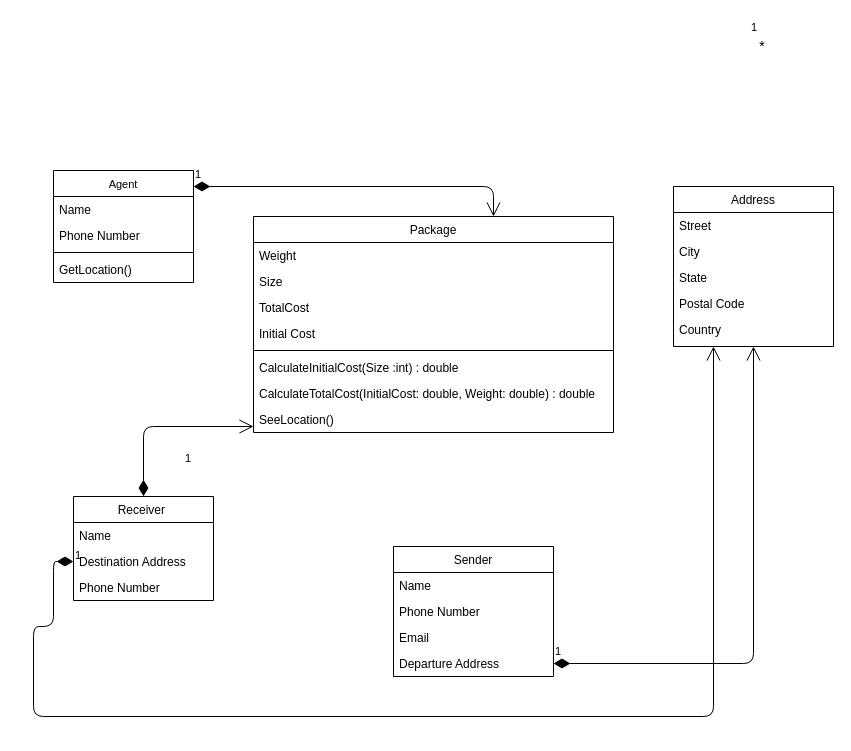
This is Untitled Diagram.drawio from prhvmm/Post-office, a draw.io file, before an edit. Source tidied: cells renumbered, new cells numbered last; positions are measured from the earlier drawing's top-left corner, leaving out a move shared by most shapes. Both pictures are drawn from the tidied source at 100%, with x=0, y=0 at pixel (33, 17).
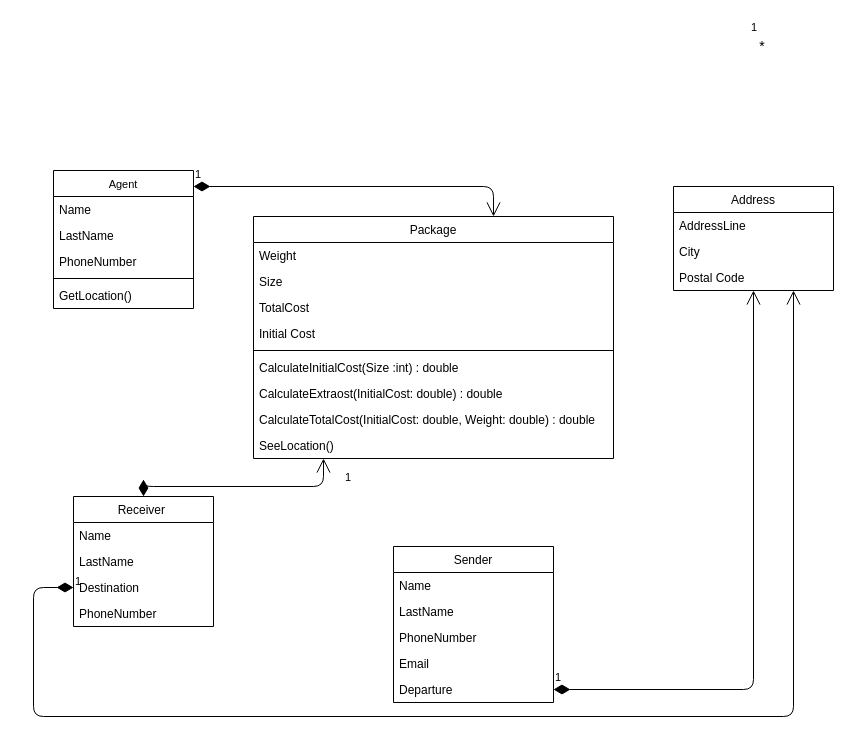
Above is the later version.

The edit, as a diff of the source:
```diff
@@
     <mxCell id="2" value="1" style="endArrow=open;html=1;endSize=12;startArrow=diamondThin;startSize=14;startFill=1;edgeStyle=orthogonalEdgeStyle;align=left;verticalAlign=bottom;" parent="1" edge="1" source="22" target="3">
-      <mxGeometry x="-0.68" y="-40" relative="1" as="geometry">
+      <mxGeometry x="0.74" y="-20" relative="1" as="geometry">
         <Array as="points">
-          <mxPoint x="110" y="409" />
-          <mxPoint x="290" y="409" />
+          <mxPoint x="110" y="469" />
+          <mxPoint x="290" y="469" />
         </Array>
       </mxGeometry>
     </mxCell>
     <mxCell id="3" value="Package" style="swimlane;fontStyle=0;horizontal=1;startSize=26;fillColor=none;" parent="1" vertex="1">
-      <mxGeometry x="220" y="199" width="360" height="216" as="geometry" />
+      <mxGeometry x="220" y="199" width="360" height="242" as="geometry" />
     </mxCell>
@@
+    <mxCell id="37" value="CalculateExtraost(InitialCost: double) : double" style="text;strokeColor=none;fillColor=none;align=left;verticalAlign=top;spacingLeft=4;spacingRight=4;overflow=hidden;fontSize=12;" parent="3" vertex="1">
+      <mxGeometry y="164" width="360" height="26" as="geometry" />
+    </mxCell>
     <mxCell id="10" value="CalculateTotalCost(InitialCost: double, Weight: double) : double" style="text;strokeColor=none;fillColor=none;align=left;verticalAlign=top;spacingLeft=4;spacingRight=4;overflow=hidden;fontSize=12;" parent="3" vertex="1">
-      <mxGeometry y="164" width="360" height="26" as="geometry" />
+      <mxGeometry y="190" width="360" height="26" as="geometry" />
     </mxCell>
     <mxCell id="11" value="SeeLocation()" style="text;strokeColor=none;fillColor=none;align=left;verticalAlign=top;spacingLeft=4;spacingRight=4;overflow=hidden;fontSize=12;" parent="3" vertex="1">
-      <mxGeometry y="190" width="360" height="26" as="geometry" />
+      <mxGeometry y="216" width="360" height="26" as="geometry" />
     </mxCell>
@@
     <mxCell id="14" value="1" style="endArrow=open;html=1;endSize=12;startArrow=diamondThin;startSize=14;startFill=1;edgeStyle=orthogonalEdgeStyle;align=left;verticalAlign=bottom;" parent="1" edge="1" source="24" target="31">
       <mxGeometry x="-1" y="3" relative="1" as="geometry">
         <Array as="points">
-          <mxPoint x="20" y="544" />
-          <mxPoint x="20" y="609" />
-          <mxPoint y="609" />
+          <mxPoint y="570" />
           <mxPoint y="699" />
-          <mxPoint x="680" y="699" />
+          <mxPoint x="760" y="699" />
         </Array>
       </mxGeometry>
     </mxCell>
@@
     <mxCell id="16" value="Agent" style="swimlane;fontStyle=0;horizontal=1;startSize=26;fillColor=none;strokeWidth=1;fontSize=11;" parent="1" vertex="1">
-      <mxGeometry x="20" y="153" width="140" height="112" as="geometry" />
+      <mxGeometry x="20" y="153" width="140" height="138" as="geometry" />
     </mxCell>
@@
+    <mxCell id="38" value="LastName" style="text;strokeColor=none;fillColor=none;align=left;verticalAlign=top;spacingLeft=4;spacingRight=4;overflow=hidden;" parent="16" vertex="1">
+      <mxGeometry y="52" width="140" height="26" as="geometry" />
+    </mxCell>
-    <mxCell id="18" value="Phone Number" style="text;strokeColor=none;fillColor=none;align=left;verticalAlign=top;spacingLeft=4;spacingRight=4;overflow=hidden;" parent="16" vertex="1">
-      <mxGeometry y="52" width="140" height="26" as="geometry" />
+    <mxCell id="18" value="PhoneNumber" style="text;strokeColor=none;fillColor=none;align=left;verticalAlign=top;spacingLeft=4;spacingRight=4;overflow=hidden;" parent="16" vertex="1">
+      <mxGeometry y="78" width="140" height="26" as="geometry" />
     </mxCell>
     <mxCell id="19" style="line;strokeWidth=1;fillColor=none;align=left;verticalAlign=middle;spacingTop=-1;spacingLeft=3;spacingRight=3;labelPosition=right;fontSize=12;" parent="16" vertex="1">
-      <mxGeometry y="78" width="140" height="8" as="geometry" />
+      <mxGeometry y="104" width="140" height="8" as="geometry" />
     </mxCell>
     <mxCell id="20" value="GetLocation()" style="text;strokeColor=none;fillColor=none;align=left;verticalAlign=top;spacingLeft=4;spacingRight=4;overflow=hidden;fontSize=12;" parent="16" vertex="1">
-      <mxGeometry y="86" width="140" height="26" as="geometry" />
+      <mxGeometry y="112" width="140" height="26" as="geometry" />
     </mxCell>
     <mxCell id="21" value="1" style="endArrow=open;html=1;endSize=12;startArrow=diamondThin;startSize=14;startFill=1;edgeStyle=orthogonalEdgeStyle;align=left;verticalAlign=bottom;fontSize=11;" parent="1" edge="1" source="16" target="3">
       <mxGeometry x="-1" y="3" relative="1" as="geometry">
         <Array as="points">
           <mxPoint x="460" y="169" />
-          <mxPoint x="460" y="251" />
         </Array>
       </mxGeometry>
     </mxCell>
     <mxCell id="22" value="Receiver " style="swimlane;fontStyle=0;horizontal=1;startSize=26;fillColor=none;" parent="1" vertex="1">
-      <mxGeometry x="40" y="479" width="140" height="104" as="geometry" />
+      <mxGeometry x="40" y="479" width="140" height="130" as="geometry" />
     </mxCell>
@@
+    <mxCell id="39" value="LastName" style="text;strokeColor=none;fillColor=none;align=left;verticalAlign=top;spacingLeft=4;spacingRight=4;overflow=hidden;" parent="22" vertex="1">
+      <mxGeometry y="52" width="140" height="26" as="geometry" />
+    </mxCell>
-    <mxCell id="24" value="Destination Address" style="text;strokeColor=none;fillColor=none;align=left;verticalAlign=top;spacingLeft=4;spacingRight=4;overflow=hidden;points=[[0,0.5],[1,0.5]];portConstraint=eastwest;" parent="22" vertex="1">
-      <mxGeometry y="52" width="140" height="26" as="geometry" />
+    <mxCell id="24" value="Destination" style="text;strokeColor=none;fillColor=none;align=left;verticalAlign=top;spacingLeft=4;spacingRight=4;overflow=hidden;points=[[0,0.5],[1,0.5]];portConstraint=eastwest;" parent="22" vertex="1">
+      <mxGeometry y="78" width="140" height="26" as="geometry" />
     </mxCell>
-    <mxCell id="25" value="Phone Number" style="text;strokeColor=none;fillColor=none;align=left;verticalAlign=top;spacingLeft=4;spacingRight=4;overflow=hidden;" parent="22" vertex="1">
-      <mxGeometry y="78" width="140" height="26" as="geometry" />
+    <mxCell id="25" value="PhoneNumber" style="text;strokeColor=none;fillColor=none;align=left;verticalAlign=top;spacingLeft=4;spacingRight=4;overflow=hidden;" parent="22" vertex="1">
+      <mxGeometry y="104" width="140" height="26" as="geometry" />
     </mxCell>
     <mxCell id="26" value="Sender" style="swimlane;fontStyle=0;align=center;verticalAlign=top;horizontal=1;startSize=26;rounded=0;shadow=0;strokeWidth=1;" parent="1" vertex="1">
-      <mxGeometry x="360" y="529" width="160" height="130" as="geometry" />
+      <mxGeometry x="360" y="529" width="160" height="156" as="geometry" />
     </mxCell>
@@
+    <mxCell id="40" value="LastName" style="text;align=left;verticalAlign=top;spacingLeft=4;spacingRight=4;overflow=hidden;" parent="26" vertex="1">
+      <mxGeometry y="52" width="160" height="26" as="geometry" />
+    </mxCell>
-    <mxCell id="28" value="Phone Number" style="text;align=left;verticalAlign=top;spacingLeft=4;spacingRight=4;overflow=hidden;rounded=0;shadow=0;html=0;" parent="26" vertex="1">
-      <mxGeometry y="52" width="160" height="26" as="geometry" />
+    <mxCell id="28" value="PhoneNumber" style="text;align=left;verticalAlign=top;spacingLeft=4;spacingRight=4;overflow=hidden;rounded=0;shadow=0;html=0;" parent="26" vertex="1">
+      <mxGeometry y="78" width="160" height="26" as="geometry" />
     </mxCell>
     <mxCell id="29" value="Email" style="text;align=left;verticalAlign=top;spacingLeft=4;spacingRight=4;overflow=hidden;rounded=0;shadow=0;html=0;" parent="26" vertex="1">
-      <mxGeometry y="78" width="160" height="26" as="geometry" />
+      <mxGeometry y="104" width="160" height="26" as="geometry" />
     </mxCell>
-    <mxCell id="30" value="Departure Address" style="text;strokeColor=none;fillColor=none;align=left;verticalAlign=top;spacingLeft=4;spacingRight=4;overflow=hidden;points=[[0,0.5],[1,0.5]];portConstraint=eastwest;" parent="26" vertex="1">
-      <mxGeometry y="104" width="160" height="26" as="geometry" />
+    <mxCell id="30" value="Departure" style="text;strokeColor=none;fillColor=none;align=left;verticalAlign=top;spacingLeft=4;spacingRight=4;overflow=hidden;points=[[0,0.5],[1,0.5]];portConstraint=eastwest;" parent="26" vertex="1">
+      <mxGeometry y="130" width="160" height="26" as="geometry" />
     </mxCell>
     <mxCell id="31" value="Address" style="swimlane;fontStyle=0;align=center;verticalAlign=top;horizontal=1;startSize=26;rounded=0;shadow=0;strokeWidth=1;" parent="1" vertex="1">
-      <mxGeometry x="640" y="169" width="160" height="160" as="geometry" />
+      <mxGeometry x="640" y="169" width="160" height="104" as="geometry" />
     </mxCell>
-    <mxCell id="32" value="Street" style="text;align=left;verticalAlign=top;spacingLeft=4;spacingRight=4;overflow=hidden;" parent="31" vertex="1">
+    <mxCell id="32" value="AddressLine" style="text;align=left;verticalAlign=top;spacingLeft=4;spacingRight=4;overflow=hidden;" parent="31" vertex="1">
       <mxGeometry y="26" width="160" height="26" as="geometry" />
     </mxCell>
@@
-    <mxCell id="34" value="State" style="text;align=left;verticalAlign=top;spacingLeft=4;spacingRight=4;overflow=hidden;rounded=0;shadow=0;html=0;" parent="31" vertex="1">
-      <mxGeometry y="78" width="160" height="26" as="geometry" />
-    </mxCell>
     <mxCell id="35" value="Postal Code" style="text;align=left;verticalAlign=top;spacingLeft=4;spacingRight=4;overflow=hidden;rounded=0;shadow=0;html=0;" parent="31" vertex="1">
-      <mxGeometry y="104" width="160" height="26" as="geometry" />
+      <mxGeometry y="78" width="160" height="26" as="geometry" />
     </mxCell>
-    <mxCell id="36" value="Country" style="text;align=left;verticalAlign=top;spacingLeft=4;spacingRight=4;overflow=hidden;rounded=0;shadow=0;html=0;" parent="31" vertex="1">
-      <mxGeometry y="130" width="160" height="26" as="geometry" />
-    </mxCell>
```
